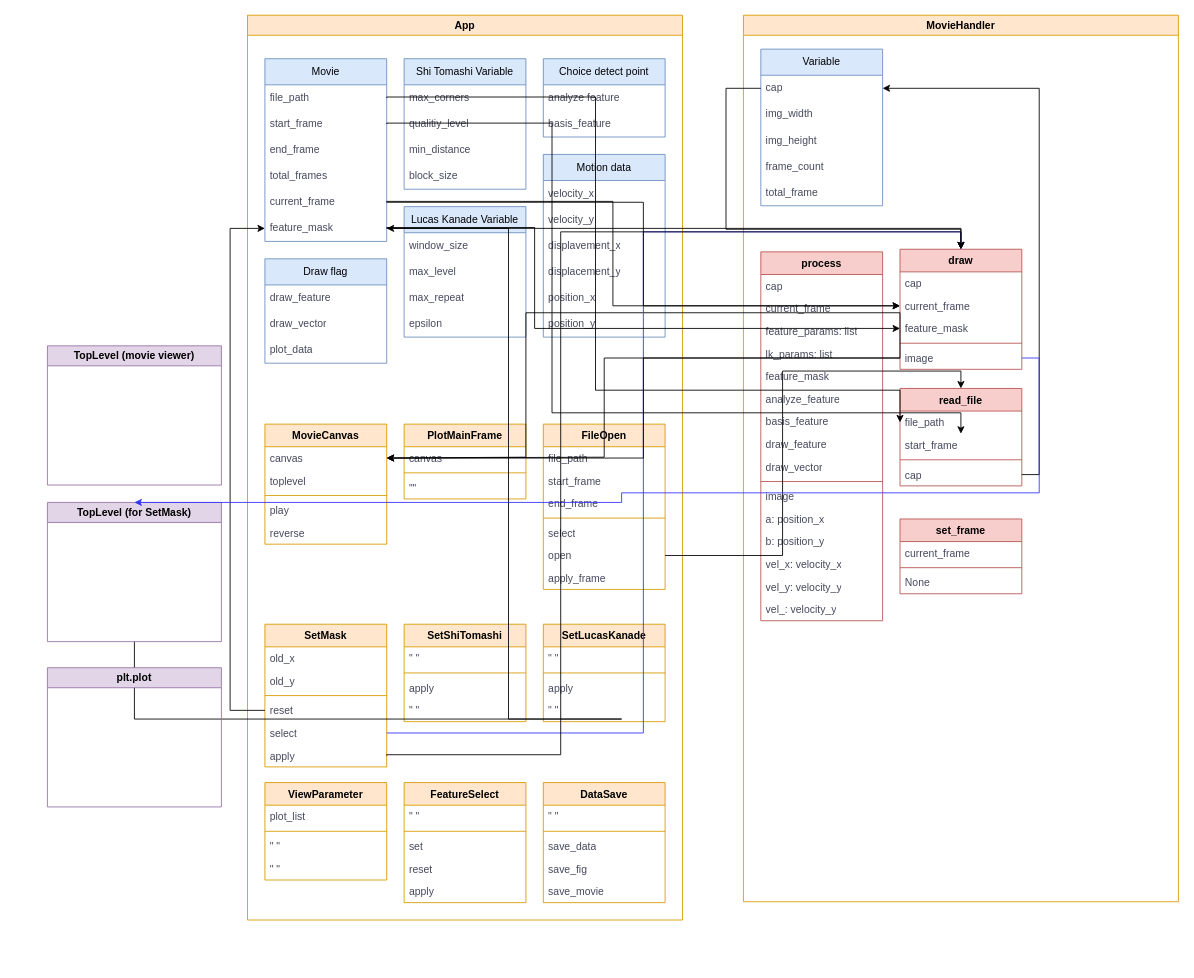
congmingtakeshi/test keeps this draw.io diagram as app_design.drawio. Above is the earlier version. Source tidied: cells renumbered, new cells numbered last; positions are measured from the earlier drawing's top-left corner, leaving out a move shared by most shapes. Both pictures are drawn from the tidied source at 87%, with x=0, y=0 at pixel (47, 15).
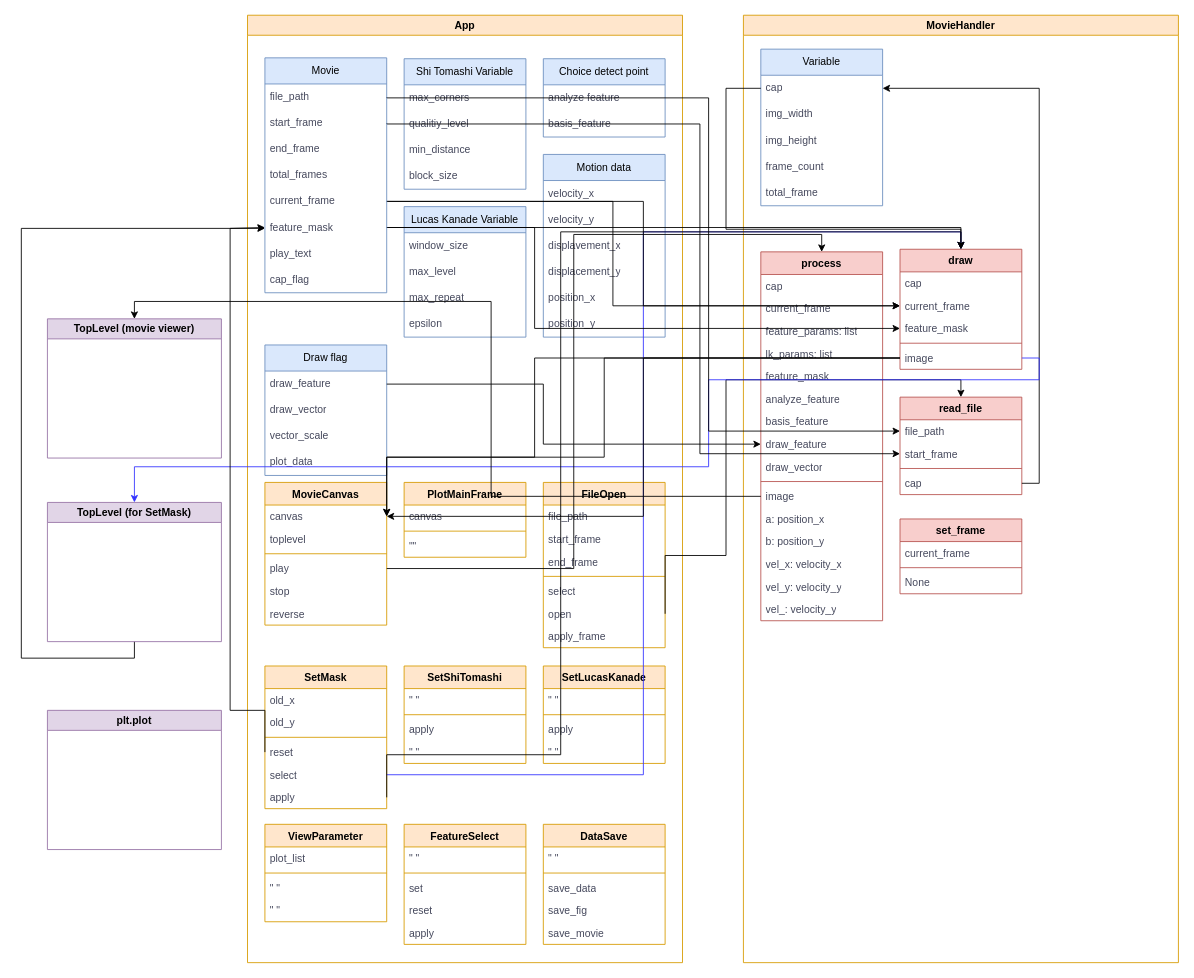
The same page after the edit.

Commit message (it also covers changes not shown here):
app_design.drawio を更新します

Unchanged cells that the change refers to:
```xml
<mxCell id="4" value="canvas" style="text;strokeColor=none;fillColor=none;align=left;verticalAlign=top;spacingLeft=4;spacingRight=4;overflow=hidden;points=[[0,0.5],[1,0.5]];portConstraint=eastwest;whiteSpace=wrap;html=1;fontColor=#46495D;rounded=0;" parent="3" vertex="1">
  <mxGeometry y="26" width="140" height="26" as="geometry" />
</mxCell>
<mxCell id="7" value="play" style="text;strokeColor=none;fillColor=none;align=left;verticalAlign=top;spacingLeft=4;spacingRight=4;overflow=hidden;points=[[0,0.5],[1,0.5]];portConstraint=eastwest;whiteSpace=wrap;html=1;fontColor=#46495D;rounded=0;" parent="3" vertex="1">
  <mxGeometry y="86" width="140" height="26" as="geometry" />
</mxCell>
<mxCell id="31" value="draw_feature" style="text;strokeColor=none;fillColor=none;align=left;verticalAlign=middle;spacingLeft=4;spacingRight=4;overflow=hidden;points=[[0,0.5],[1,0.5]];portConstraint=eastwest;whiteSpace=wrap;html=1;fontColor=#46495D;rounded=0;" parent="30" vertex="1">
  <mxGeometry y="30" width="140" height="30" as="geometry" />
</mxCell>
<mxCell id="50" value="open" style="text;strokeColor=none;fillColor=none;align=left;verticalAlign=top;spacingLeft=4;spacingRight=4;overflow=hidden;points=[[0,0.5],[1,0.5]];portConstraint=eastwest;whiteSpace=wrap;html=1;fontColor=#46495D;rounded=0;" parent="44" vertex="1">
  <mxGeometry y="138" width="140" height="26" as="geometry" />
</mxCell>
<mxCell id="56" value="reset" style="text;strokeColor=none;fillColor=none;align=left;verticalAlign=top;spacingLeft=4;spacingRight=4;overflow=hidden;points=[[0,0.5],[1,0.5]];portConstraint=eastwest;whiteSpace=wrap;html=1;fontColor=#46495D;rounded=0;" parent="52" vertex="1">
  <mxGeometry y="86" width="140" height="26" as="geometry" />
</mxCell>
<mxCell id="94" value="process" style="swimlane;fontStyle=1;align=center;verticalAlign=top;horizontal=1;startSize=26;whiteSpace=wrap;html=1;strokeColor=#b85450;fillColor=#f8cecc;rounded=0;" parent="87" vertex="1">
  <mxGeometry x="20" y="272" width="140" height="424" as="geometry" />
</mxCell>
<mxCell id="102" value="draw_feature" style="text;strokeColor=none;fillColor=none;align=left;verticalAlign=top;spacingLeft=4;spacingRight=4;overflow=hidden;points=[[0,0.5],[1,0.5]];portConstraint=eastwest;whiteSpace=wrap;html=1;fontColor=#46495D;rounded=0;" parent="94" vertex="1">
  <mxGeometry y="208" width="140" height="26" as="geometry" />
</mxCell>
<mxCell id="105" value="image" style="text;strokeColor=none;fillColor=none;align=left;verticalAlign=top;spacingLeft=4;spacingRight=4;overflow=hidden;points=[[0,0.5],[1,0.5]];portConstraint=eastwest;whiteSpace=wrap;html=1;fontColor=#46495D;rounded=0;" parent="94" vertex="1">
  <mxGeometry y="268" width="140" height="26" as="geometry" />
</mxCell>
<mxCell id="112" value="file_path" style="text;strokeColor=none;fillColor=none;align=left;verticalAlign=top;spacingLeft=4;spacingRight=4;overflow=hidden;points=[[0,0.5],[1,0.5]];portConstraint=eastwest;whiteSpace=wrap;html=1;fontColor=#46495D;rounded=0;" parent="111" vertex="1">
  <mxGeometry y="26" width="140" height="26" as="geometry" />
</mxCell>
<mxCell id="113" value="start_frame" style="text;strokeColor=none;fillColor=none;align=left;verticalAlign=top;spacingLeft=4;spacingRight=4;overflow=hidden;points=[[0,0.5],[1,0.5]];portConstraint=eastwest;whiteSpace=wrap;html=1;fontColor=#46495D;rounded=0;" parent="111" vertex="1">
  <mxGeometry y="52" width="140" height="26" as="geometry" />
</mxCell>
<mxCell id="127" value="image" style="text;strokeColor=none;fillColor=none;align=left;verticalAlign=top;spacingLeft=4;spacingRight=4;overflow=hidden;points=[[0,0.5],[1,0.5]];portConstraint=eastwest;whiteSpace=wrap;html=1;fontColor=#46495D;rounded=0;" parent="122" vertex="1">
  <mxGeometry y="112" width="140" height="26" as="geometry" />
</mxCell>
<mxCell id="129" value="TopLevel (for SetMask)" style="swimlane;whiteSpace=wrap;html=1;strokeColor=#9673a6;fillColor=#e1d5e7;rounded=0;" parent="1" vertex="1">
  <mxGeometry y="560" width="200" height="160" as="geometry" />
</mxCell>
```

Change to the diagram source:
```diff
@@
     <mxCell id="2" value="App" style="swimlane;whiteSpace=wrap;html=1;strokeColor=#d79b00;fillColor=#ffe6cc;rounded=0;" parent="1" vertex="1">
-      <mxGeometry x="230" width="500" height="1040" as="geometry" />
+      <mxGeometry x="230" width="500" height="1089" as="geometry" />
     </mxCell>
     <mxCell id="3" value="MovieCanvas" style="swimlane;fontStyle=1;align=center;verticalAlign=top;horizontal=1;startSize=26;whiteSpace=wrap;html=1;strokeColor=#d79b00;fillColor=#ffe6cc;rounded=0;" parent="2" vertex="1">
-      <mxGeometry x="20" y="470" width="140" height="138" as="geometry" />
+      <mxGeometry x="20" y="537" width="140" height="164" as="geometry" />
     </mxCell>
@@
+    <mxCell id="146" value="stop" style="text;strokeColor=none;fillColor=none;align=left;verticalAlign=top;spacingLeft=4;spacingRight=4;overflow=hidden;whiteSpace=wrap;html=1;fontColor=#46495D;rounded=0;" parent="3" vertex="1">
+      <mxGeometry y="112" width="140" height="26" as="geometry" />
+    </mxCell>
     <mxCell id="8" value="reverse" style="text;strokeColor=none;fillColor=none;align=left;verticalAlign=top;spacingLeft=4;spacingRight=4;overflow=hidden;whiteSpace=wrap;html=1;fontColor=#46495D;rounded=0;" parent="3" vertex="1">
-      <mxGeometry y="112" width="140" height="26" as="geometry" />
+      <mxGeometry y="138" width="140" height="26" as="geometry" />
     </mxCell>
-    <mxCell id="9" value="Movie" style="swimlane;fontStyle=0;horizontal=1;startSize=30;whiteSpace=wrap;html=1;strokeColor=#6c8ebf;fillColor=#dae8fc;rounded=0;" parent="2" vertex="1">
-      <mxGeometry x="20" y="50" width="140" height="210" as="geometry" />
-    </mxCell>
-    <mxCell id="10" value="file_path" style="text;strokeColor=none;fillColor=none;align=left;verticalAlign=middle;spacingLeft=4;spacingRight=4;overflow=hidden;points=[[0,0.5],[1,0.5]];portConstraint=eastwest;whiteSpace=wrap;html=1;fontColor=#46495D;rounded=0;" parent="9" vertex="1">
-      <mxGeometry y="30" width="140" height="30" as="geometry" />
-    </mxCell>
-    <mxCell id="11" value="start_frame" style="text;strokeColor=none;fillColor=none;align=left;verticalAlign=middle;spacingLeft=4;spacingRight=4;overflow=hidden;points=[[0,0.5],[1,0.5]];portConstraint=eastwest;whiteSpace=wrap;html=1;fontColor=#46495D;rounded=0;" parent="9" vertex="1">
-      <mxGeometry y="60" width="140" height="30" as="geometry" />
-    </mxCell>
-    <mxCell id="12" value="end_frame" style="text;strokeColor=none;fillColor=none;align=left;verticalAlign=middle;spacingLeft=4;spacingRight=4;overflow=hidden;whiteSpace=wrap;html=1;fontColor=#46495D;rounded=0;" parent="9" vertex="1">
-      <mxGeometry y="90" width="140" height="30" as="geometry" />
-    </mxCell>
-    <mxCell id="13" value="total_frames" style="text;strokeColor=none;fillColor=none;align=left;verticalAlign=middle;spacingLeft=4;spacingRight=4;overflow=hidden;whiteSpace=wrap;html=1;fontColor=#46495D;rounded=0;" parent="9" vertex="1">
-      <mxGeometry y="120" width="140" height="30" as="geometry" />
-    </mxCell>
-    <mxCell id="14" value="current_frame" style="text;strokeColor=none;fillColor=none;align=left;verticalAlign=middle;spacingLeft=4;spacingRight=4;overflow=hidden;points=[[0,0.5],[1,0.5]];portConstraint=eastwest;whiteSpace=wrap;html=1;fontColor=#46495D;rounded=0;" parent="9" vertex="1">
-      <mxGeometry y="150" width="140" height="30" as="geometry" />
-    </mxCell>
-    <mxCell id="15" value="feature_mask" style="text;strokeColor=none;fillColor=none;align=left;verticalAlign=middle;spacingLeft=4;spacingRight=4;overflow=hidden;points=[[0,0.5],[1,0.5]];portConstraint=eastwest;whiteSpace=wrap;html=1;fontColor=#46495D;rounded=0;" parent="9" vertex="1">
-      <mxGeometry y="180" width="140" height="30" as="geometry" />
-    </mxCell>
     <mxCell id="16" value="PlotMainFrame" style="swimlane;fontStyle=1;align=center;verticalAlign=top;horizontal=1;startSize=26;whiteSpace=wrap;html=1;strokeColor=#d79b00;fillColor=#ffe6cc;rounded=0;" parent="2" vertex="1">
-      <mxGeometry x="180" y="470" width="140" height="86" as="geometry" />
+      <mxGeometry x="180" y="537" width="140" height="86" as="geometry" />
     </mxCell>
@@
     <mxCell id="30" value="Draw flag" style="swimlane;fontStyle=0;horizontal=1;startSize=30;whiteSpace=wrap;html=1;strokeColor=#6c8ebf;fillColor=#dae8fc;rounded=0;" parent="2" vertex="1">
-      <mxGeometry x="20" y="280" width="140" height="120" as="geometry" />
+      <mxGeometry x="20" y="379" width="140" height="150" as="geometry" />
     </mxCell>
@@
+    <mxCell id="147" value="vector_scale" style="text;strokeColor=none;fillColor=none;align=left;verticalAlign=middle;spacingLeft=4;spacingRight=4;overflow=hidden;whiteSpace=wrap;html=1;fontColor=#46495D;rounded=0;" parent="30" vertex="1">
+      <mxGeometry y="90" width="140" height="30" as="geometry" />
+    </mxCell>
     <mxCell id="33" value="plot_data" style="text;strokeColor=none;fillColor=none;align=left;verticalAlign=middle;spacingLeft=4;spacingRight=4;overflow=hidden;whiteSpace=wrap;html=1;fontColor=#46495D;rounded=0;" parent="30" vertex="1">
-      <mxGeometry y="90" width="140" height="30" as="geometry" />
+      <mxGeometry y="120" width="140" height="30" as="geometry" />
     </mxCell>
@@
     <mxCell id="44" value="FileOpen" style="swimlane;fontStyle=1;align=center;verticalAlign=top;horizontal=1;startSize=26;whiteSpace=wrap;html=1;strokeColor=#d79b00;fillColor=#ffe6cc;rounded=0;" parent="2" vertex="1">
-      <mxGeometry x="340" y="470" width="140" height="190" as="geometry" />
+      <mxGeometry x="340" y="537" width="140" height="190" as="geometry" />
     </mxCell>
@@
     <mxCell id="52" value="SetMask" style="swimlane;fontStyle=1;align=center;verticalAlign=top;horizontal=1;startSize=26;whiteSpace=wrap;html=1;strokeColor=#d79b00;fillColor=#ffe6cc;rounded=0;" parent="2" vertex="1">
-      <mxGeometry x="20" y="700" width="140" height="164" as="geometry" />
+      <mxGeometry x="20" y="748" width="140" height="164" as="geometry" />
     </mxCell>
@@
     <mxCell id="59" value="SetShiTomashi" style="swimlane;fontStyle=1;align=center;verticalAlign=top;horizontal=1;startSize=26;whiteSpace=wrap;html=1;strokeColor=#d79b00;fillColor=#ffe6cc;rounded=0;" parent="2" vertex="1">
-      <mxGeometry x="180" y="700" width="140" height="112" as="geometry" />
+      <mxGeometry x="180" y="748" width="140" height="112" as="geometry" />
     </mxCell>
@@
     <mxCell id="64" value="SetLucasKanade" style="swimlane;fontStyle=1;align=center;verticalAlign=top;horizontal=1;startSize=26;whiteSpace=wrap;html=1;strokeColor=#d79b00;fillColor=#ffe6cc;rounded=0;" parent="2" vertex="1">
-      <mxGeometry x="340" y="700" width="140" height="112" as="geometry" />
+      <mxGeometry x="340" y="748" width="140" height="112" as="geometry" />
     </mxCell>
@@
     <mxCell id="69" value="ViewParameter" style="swimlane;fontStyle=1;align=center;verticalAlign=top;horizontal=1;startSize=26;whiteSpace=wrap;html=1;strokeColor=#d79b00;fillColor=#ffe6cc;rounded=0;" parent="2" vertex="1">
-      <mxGeometry x="20" y="882" width="140" height="112" as="geometry" />
+      <mxGeometry x="20" y="930" width="140" height="112" as="geometry" />
     </mxCell>
@@
     <mxCell id="74" value="FeatureSelect" style="swimlane;fontStyle=1;align=center;verticalAlign=top;horizontal=1;startSize=26;whiteSpace=wrap;html=1;strokeColor=#d79b00;fillColor=#ffe6cc;rounded=0;" parent="2" vertex="1">
-      <mxGeometry x="180" y="882" width="140" height="138" as="geometry" />
+      <mxGeometry x="180" y="930" width="140" height="138" as="geometry" />
     </mxCell>
@@
     <mxCell id="80" value="DataSave" style="swimlane;fontStyle=1;align=center;verticalAlign=top;horizontal=1;startSize=26;whiteSpace=wrap;html=1;strokeColor=#d79b00;fillColor=#ffe6cc;rounded=0;" parent="2" vertex="1">
-      <mxGeometry x="340" y="882" width="140" height="138" as="geometry" />
+      <mxGeometry x="340" y="930" width="140" height="138" as="geometry" />
     </mxCell>
@@
-    <mxCell id="86" style="edgeStyle=orthogonalEdgeStyle;rounded=0;jettySize=auto;html=1;exitX=0;exitY=0.5;exitDx=0;exitDy=0;entryX=0;entryY=0.5;entryDx=0;entryDy=0;" parent="2" edge="1" source="56" target="15">
-      <mxGeometry relative="1" as="geometry">
-        <Array as="points">
-          <mxPoint x="-20" y="799" />
-          <mxPoint x="-20" y="245" />
-        </Array>
-      </mxGeometry>
-    </mxCell>
     <mxCell id="87" value="MovieHandler" style="swimlane;whiteSpace=wrap;html=1;strokeColor=#d79b00;fillColor=#ffe6cc;rounded=0;" parent="1" vertex="1">
-      <mxGeometry x="800" width="500" height="1019" as="geometry" />
+      <mxGeometry x="800" width="500" height="1089" as="geometry" />
     </mxCell>
@@
     <mxCell id="111" value="read_file" style="swimlane;fontStyle=1;align=center;verticalAlign=top;horizontal=1;startSize=26;whiteSpace=wrap;html=1;strokeColor=#b85450;fillColor=#f8cecc;rounded=0;" parent="87" vertex="1">
-      <mxGeometry x="180" y="429" width="140" height="112" as="geometry" />
+      <mxGeometry x="180" y="439" width="140" height="112" as="geometry" />
     </mxCell>
@@
-    <mxCell id="128" style="edgeStyle=orthogonalEdgeStyle;rounded=0;jettySize=auto;html=1;exitX=0.5;exitY=1;exitDx=0;exitDy=0;entryX=1;entryY=0.5;entryDx=0;entryDy=0;" parent="1" edge="1" source="129" target="15">
+    <mxCell id="128" style="edgeStyle=orthogonalEdgeStyle;rounded=0;jettySize=auto;html=1;exitX=0.5;exitY=1;exitDx=0;exitDy=0;" parent="1" edge="1" source="129">
       <mxGeometry relative="1" as="geometry">
+        <mxPoint x="250" y="245" as="targetPoint" />
         <Array as="points">
-          <mxPoint x="660" y="809" />
-          <mxPoint x="530" y="809" />
-          <mxPoint x="530" y="244" />
+          <mxPoint x="100" y="739" />
+          <mxPoint x="-30" y="739" />
+          <mxPoint x="-30" y="245" />
+          <mxPoint x="250" y="245" />
         </Array>
       </mxGeometry>
     </mxCell>
@@
     <mxCell id="130" value="plt.plot" style="swimlane;whiteSpace=wrap;html=1;strokeColor=#9673a6;fillColor=#e1d5e7;startSize=23;rounded=0;" parent="1" vertex="1">
-      <mxGeometry y="750" width="200" height="160" as="geometry" />
+      <mxGeometry y="799" width="200" height="160" as="geometry" />
     </mxCell>
-    <mxCell id="131" style="edgeStyle=orthogonalEdgeStyle;rounded=0;jettySize=auto;html=1;exitX=1;exitY=0.5;exitDx=0;exitDy=0;entryX=0;entryY=0.5;entryDx=0;entryDy=0;" parent="1" edge="1" source="10" target="112">
-      <mxGeometry relative="1" as="geometry">
-        <Array as="points">
-          <mxPoint x="630" y="94" />
-          <mxPoint x="630" y="431" />
-        </Array>
-      </mxGeometry>
-    </mxCell>
     <mxCell id="132" style="edgeStyle=orthogonalEdgeStyle;rounded=0;jettySize=auto;html=1;exitX=1;exitY=0.5;exitDx=0;exitDy=0;entryX=0.5;entryY=0;entryDx=0;entryDy=0;" parent="1" edge="1" source="50" target="111">
-      <mxGeometry relative="1" as="geometry" />
+      <mxGeometry relative="1" as="geometry">
+        <Array as="points">
+          <mxPoint x="780" y="621" />
+          <mxPoint x="780" y="419" />
+          <mxPoint x="1050" y="419" />
+        </Array>
+      </mxGeometry>
     </mxCell>
-    <mxCell id="133" style="edgeStyle=orthogonalEdgeStyle;rounded=0;jettySize=auto;html=1;exitX=1;exitY=0.5;exitDx=0;exitDy=0;" parent="1" edge="1" source="11" target="113">
-      <mxGeometry relative="1" as="geometry">
-        <Array as="points">
-          <mxPoint x="580" y="124" />
-          <mxPoint x="580" y="457" />
-        </Array>
-      </mxGeometry>
-    </mxCell>
     <mxCell id="134" style="edgeStyle=orthogonalEdgeStyle;rounded=0;jettySize=auto;html=1;exitX=0;exitY=0.5;exitDx=0;exitDy=0;entryX=1;entryY=0.5;entryDx=0;entryDy=0;" parent="1" edge="1" source="127" target="4">
       <mxGeometry relative="1" as="geometry">
         <Array as="points">
-          <mxPoint x="550" y="342" />
-          <mxPoint x="550" y="508" />
+          <mxPoint x="560" y="394" />
+          <mxPoint x="560" y="508" />
+          <mxPoint x="390" y="508" />
         </Array>
       </mxGeometry>
     </mxCell>
@@
     <mxCell id="137" style="edgeStyle=orthogonalEdgeStyle;rounded=0;jettySize=auto;html=1;exitX=1;exitY=0.5;exitDx=0;exitDy=0;entryX=0.5;entryY=0;entryDx=0;entryDy=0;strokeColor=#3333FF;" parent="1" edge="1" source="127" target="129">
       <mxGeometry relative="1" as="geometry">
         <Array as="points">
           <mxPoint x="1140" y="394" />
-          <mxPoint x="1140" y="549" />
-          <mxPoint x="660" y="549" />
+          <mxPoint x="1140" y="419" />
+          <mxPoint x="760" y="419" />
+          <mxPoint x="760" y="519" />
+          <mxPoint x="100" y="519" />
         </Array>
       </mxGeometry>
     </mxCell>
@@
     <mxCell id="144" value="TopLevel (movie viewer)" style="swimlane;whiteSpace=wrap;html=1;strokeColor=#9673a6;fillColor=#e1d5e7;rounded=0;" parent="1" vertex="1">
-      <mxGeometry y="380" width="200" height="160" as="geometry" />
+      <mxGeometry y="349" width="200" height="160" as="geometry" />
     </mxCell>
+    <mxCell id="133" style="edgeStyle=orthogonalEdgeStyle;rounded=0;jettySize=auto;html=1;exitX=1;exitY=0.5;exitDx=0;exitDy=0;entryX=0;entryY=0.5;entryDx=0;entryDy=0;" parent="1" edge="1" source="11" target="113">
+      <mxGeometry relative="1" as="geometry">
+        <Array as="points">
+          <mxPoint x="750" y="125" />
+          <mxPoint x="750" y="504" />
+        </Array>
+      </mxGeometry>
+    </mxCell>
+    <mxCell id="131" style="edgeStyle=orthogonalEdgeStyle;rounded=0;jettySize=auto;html=1;exitX=1;exitY=0.5;exitDx=0;exitDy=0;" parent="1" edge="1" source="10" target="112">
+      <mxGeometry relative="1" as="geometry">
+        <Array as="points">
+          <mxPoint x="760" y="95" />
+          <mxPoint x="760" y="478" />
+        </Array>
+      </mxGeometry>
+    </mxCell>
+    <mxCell id="148" style="edgeStyle=orthogonalEdgeStyle;rounded=0;jettySize=auto;html=1;exitX=1;exitY=0.5;exitDx=0;exitDy=0;entryX=0.5;entryY=0;entryDx=0;entryDy=0;" parent="1" edge="1" source="7" target="94">
+      <mxGeometry relative="1" as="geometry" />
+    </mxCell>
+    <mxCell id="149" style="edgeStyle=orthogonalEdgeStyle;rounded=0;jettySize=auto;html=1;exitX=0;exitY=0.5;exitDx=0;exitDy=0;entryX=0.5;entryY=0;entryDx=0;entryDy=0;" parent="1" edge="1" source="105" target="144">
+      <mxGeometry relative="1" as="geometry" />
+    </mxCell>
+    <mxCell id="9" value="Movie" style="swimlane;fontStyle=0;horizontal=1;startSize=30;whiteSpace=wrap;html=1;strokeColor=#6c8ebf;fillColor=#dae8fc;rounded=0;" parent="1" vertex="1">
+      <mxGeometry x="250" y="49" width="140" height="270" as="geometry" />
+    </mxCell>
+    <mxCell id="10" value="file_path" style="text;strokeColor=none;fillColor=none;align=left;verticalAlign=middle;spacingLeft=4;spacingRight=4;overflow=hidden;points=[[0,0.5],[1,0.5]];portConstraint=eastwest;whiteSpace=wrap;html=1;fontColor=#46495D;rounded=0;" parent="9" vertex="1">
+      <mxGeometry y="30" width="140" height="30" as="geometry" />
+    </mxCell>
+    <mxCell id="11" value="start_frame" style="text;strokeColor=none;fillColor=none;align=left;verticalAlign=middle;spacingLeft=4;spacingRight=4;overflow=hidden;points=[[0,0.5],[1,0.5]];portConstraint=eastwest;whiteSpace=wrap;html=1;fontColor=#46495D;rounded=0;" parent="9" vertex="1">
+      <mxGeometry y="60" width="140" height="30" as="geometry" />
+    </mxCell>
+    <mxCell id="12" value="end_frame" style="text;strokeColor=none;fillColor=none;align=left;verticalAlign=middle;spacingLeft=4;spacingRight=4;overflow=hidden;whiteSpace=wrap;html=1;fontColor=#46495D;rounded=0;" parent="9" vertex="1">
+      <mxGeometry y="90" width="140" height="30" as="geometry" />
+    </mxCell>
+    <mxCell id="13" value="total_frames" style="text;strokeColor=none;fillColor=none;align=left;verticalAlign=middle;spacingLeft=4;spacingRight=4;overflow=hidden;whiteSpace=wrap;html=1;fontColor=#46495D;rounded=0;" parent="9" vertex="1">
+      <mxGeometry y="120" width="140" height="30" as="geometry" />
+    </mxCell>
+    <mxCell id="14" value="current_frame" style="text;strokeColor=none;fillColor=none;align=left;verticalAlign=middle;spacingLeft=4;spacingRight=4;overflow=hidden;points=[[0,0.5],[1,0.5]];portConstraint=eastwest;whiteSpace=wrap;html=1;fontColor=#46495D;rounded=0;" parent="9" vertex="1">
+      <mxGeometry y="150" width="140" height="30" as="geometry" />
+    </mxCell>
+    <mxCell id="15" value="feature_mask" style="text;strokeColor=none;fillColor=none;align=left;verticalAlign=middle;spacingLeft=4;spacingRight=4;overflow=hidden;points=[[0,0.5],[1,0.5]];portConstraint=eastwest;whiteSpace=wrap;html=1;fontColor=#46495D;rounded=0;" parent="9" vertex="1">
+      <mxGeometry y="180" width="140" height="30" as="geometry" />
+    </mxCell>
+    <mxCell id="150" value="play_text" style="text;strokeColor=none;fillColor=none;align=left;verticalAlign=middle;spacingLeft=4;spacingRight=4;overflow=hidden;whiteSpace=wrap;html=1;fontColor=#46495D;rounded=0;" parent="9" vertex="1">
+      <mxGeometry y="210" width="140" height="30" as="geometry" />
+    </mxCell>
+    <mxCell id="151" value="cap_flag" style="text;strokeColor=none;fillColor=none;align=left;verticalAlign=middle;spacingLeft=4;spacingRight=4;overflow=hidden;whiteSpace=wrap;html=1;fontColor=#46495D;rounded=0;" parent="9" vertex="1">
+      <mxGeometry y="240" width="140" height="30" as="geometry" />
+    </mxCell>
+    <mxCell id="86" style="edgeStyle=orthogonalEdgeStyle;rounded=0;jettySize=auto;html=1;exitX=0;exitY=0.5;exitDx=0;exitDy=0;entryX=0;entryY=0.5;entryDx=0;entryDy=0;" parent="1" edge="1" source="56" target="15">
+      <mxGeometry relative="1" as="geometry">
+        <Array as="points">
+          <mxPoint x="210" y="799" />
+          <mxPoint x="210" y="245" />
+        </Array>
+      </mxGeometry>
+    </mxCell>
+    <mxCell id="152" style="edgeStyle=orthogonalEdgeStyle;rounded=0;jettySize=auto;html=1;exitX=1;exitY=0.5;exitDx=0;exitDy=0;" parent="1" edge="1" source="31" target="102">
+      <mxGeometry relative="1" as="geometry">
+        <Array as="points">
+          <mxPoint x="570" y="424" />
+          <mxPoint x="570" y="493" />
+        </Array>
+      </mxGeometry>
+    </mxCell>
```
